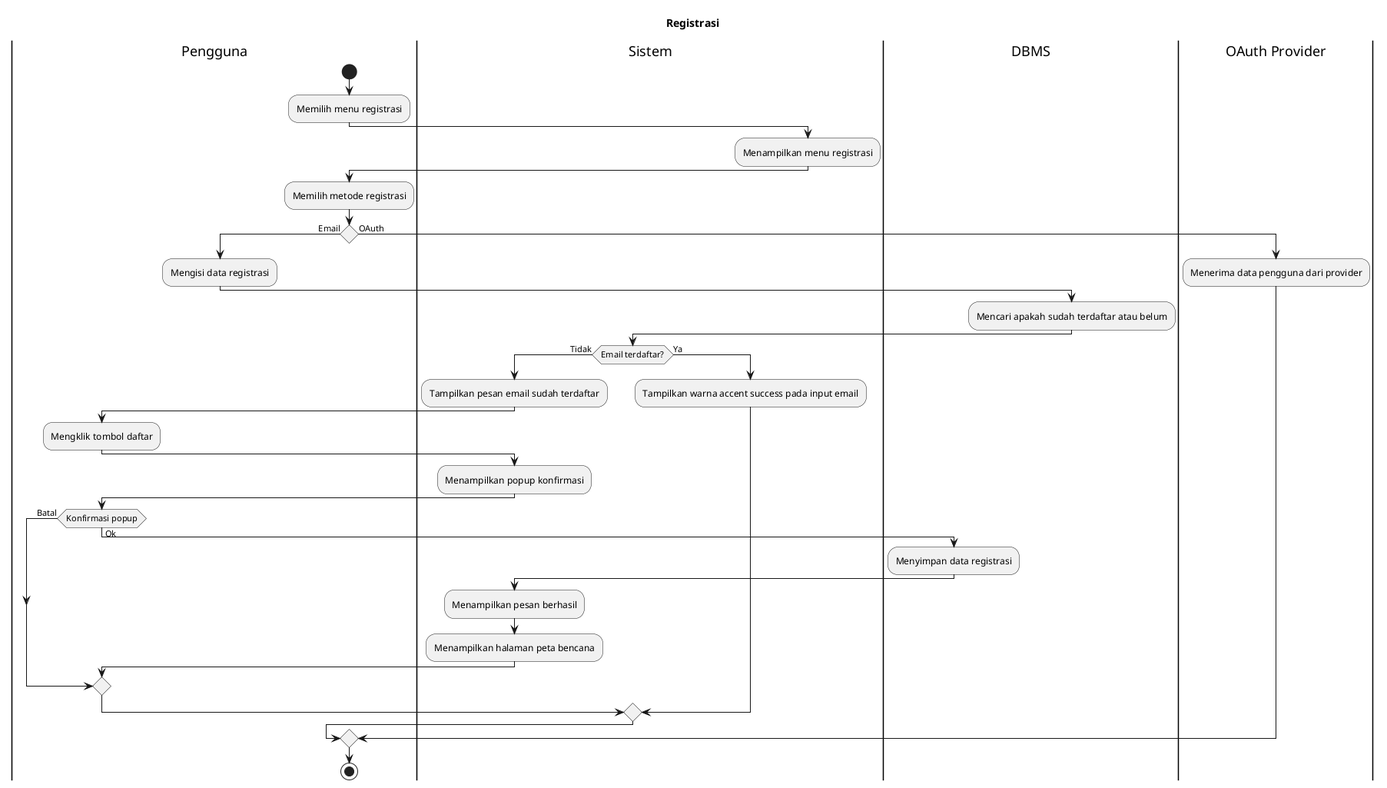
bagusNA/appl-diagrams keeps this PlantUML diagram as export/Activity Diagrams/UC-AUTH - Autentikasi/UC-AUTH-001 - Registrasi.png. Above is the earlier version. Its diagram source:
```plantuml
@startuml
!pragma useVerticalIf on

title Registrasi

|Pengguna|
start
:Memilih menu registrasi;

|Sistem|
:Menampilkan menu registrasi;

|Pengguna|
:Memilih metode registrasi;

if () then (Email)
  :Mengisi data registrasi;

  |DBMS|
  :Mencari apakah sudah terdaftar atau belum;

  |Sistem|
  if (Email terdaftar?) then (Tidak)
    :Tampilkan pesan email sudah terdaftar;

    |Pengguna|
    :Mengklik tombol daftar;

    |Sistem|
    :Menampilkan popup konfirmasi;

    |Pengguna|
    if (Konfirmasi popup) then (Ok)
      |DBMS|
      :Menyimpan data registrasi;

      |Sistem|
      :Menampilkan pesan berhasil;
      :Menampilkan halaman peta bencana;
    else (Batal)
    endif
  else (Ya)
    :Tampilkan warna accent success pada input email;
  endif
else (OAuth)
  |OAuth Provider|
  :Menerima data pengguna dari provider;
endif

|Pengguna|
stop
@enduml
```
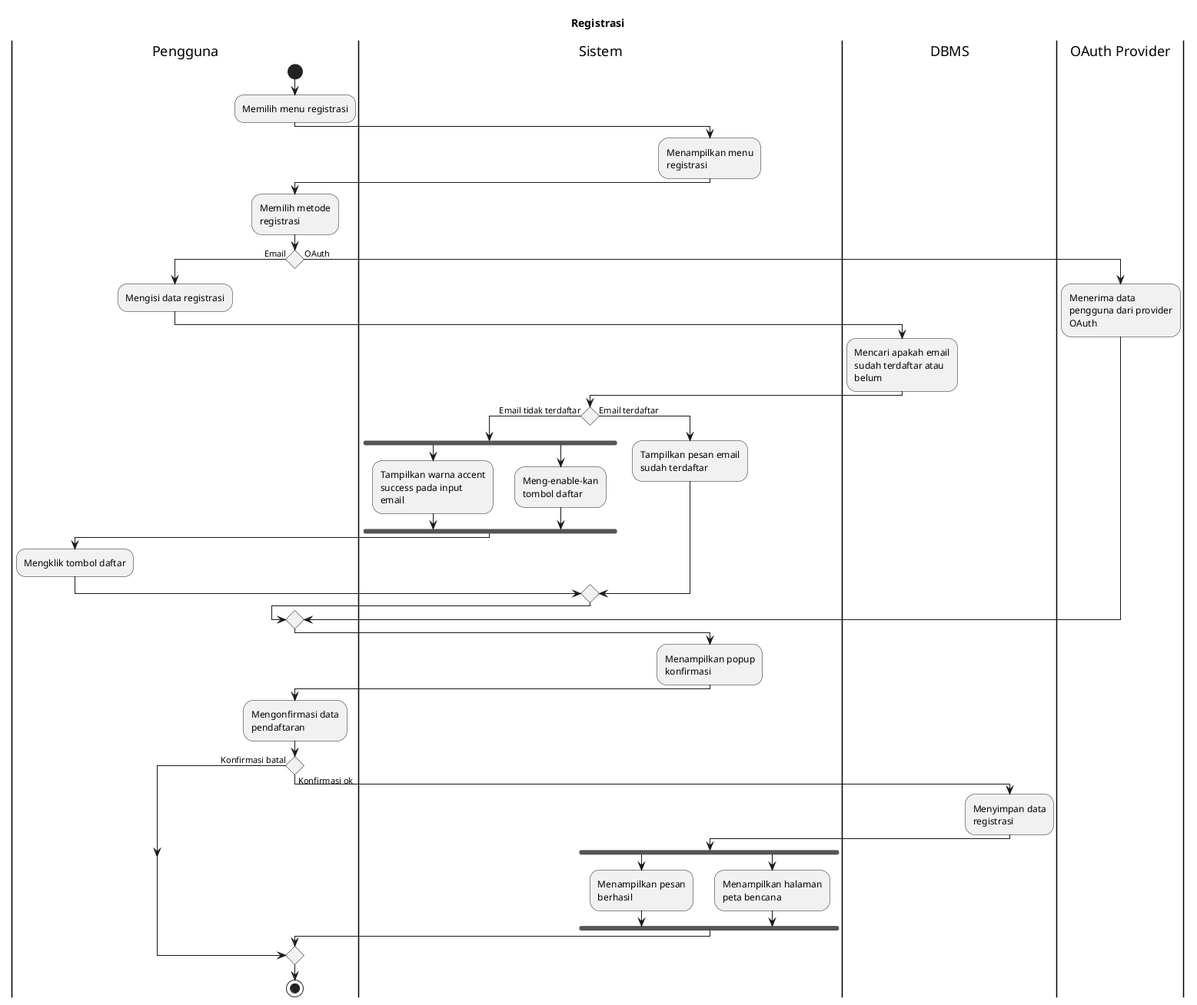
After the commit.

What changed in the source:
```diff
@@ -1,5 +1,5 @@
 @startuml
-!pragma useVerticalIf on
+skinparam wrapWidth 140
 
 title Registrasi
 
@@ -17,35 +17,44 @@
   :Mengisi data registrasi;
 
   |DBMS|
-  :Mencari apakah sudah terdaftar atau belum;
+  :Mencari apakah email sudah terdaftar atau belum;
 
   |Sistem|
-  if (Email terdaftar?) then (Tidak)
-    :Tampilkan pesan email sudah terdaftar;
+  if () then (Email tidak terdaftar)
+    fork
+      :Tampilkan warna accent success pada input email;
+    fork again
+      :Meng-enable-kan tombol daftar;
+    end fork
 
     |Pengguna|
     :Mengklik tombol daftar;
+  else (Email terdaftar)
+  |Sistem|
+    :Tampilkan pesan email sudah terdaftar;
+  endif
+else (OAuth)
+  |OAuth Provider|
+  :Menerima data pengguna dari provider OAuth;
+endif
 
     |Sistem|
     :Menampilkan popup konfirmasi;
 
     |Pengguna|
-    if (Konfirmasi popup) then (Ok)
+    :Mengonfirmasi data pendaftaran;
+    if () then (Konfirmasi ok)
       |DBMS|
       :Menyimpan data registrasi;
 
       |Sistem|
-      :Menampilkan pesan berhasil;
-      :Menampilkan halaman peta bencana;
-    else (Batal)
+      fork
+        :Menampilkan pesan berhasil;
+      fork again
+        :Menampilkan halaman peta bencana;
+      end fork
+    else (Konfirmasi batal)
     endif
-  else (Ya)
-    :Tampilkan warna accent success pada input email;
-  endif
-else (OAuth)
-  |OAuth Provider|
-  :Menerima data pengguna dari provider;
-endif
 
 |Pengguna|
 stop
```
